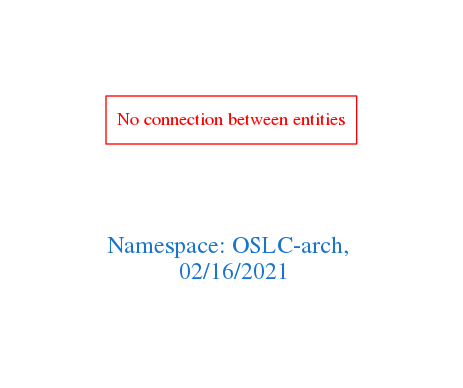
Above: downloads/OSLC-arch.png in arago/OGIT (Graphviz), before the change. Its source is kept beside it as downloads/OSLC-arch.dot.
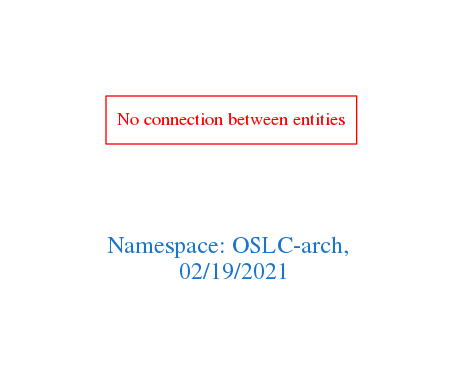
The same file after the commit.

Change to the diagram source:
```diff
@@ -1,7 +1,7 @@
 digraph OGIT_ontology {
  graph [ rankdir= LR,pad=1
 fontsize = 18,
-fontcolor= dodgerblue3,label = "\n\n\nNamespace: OSLC-arch, \n 02/16/2021"];
+fontcolor= dodgerblue3,label = "\n\n\nNamespace: OSLC-arch, \n 02/19/2021"];
 node[shape=polygon];
 edge [  color="gray81"];
 
```
